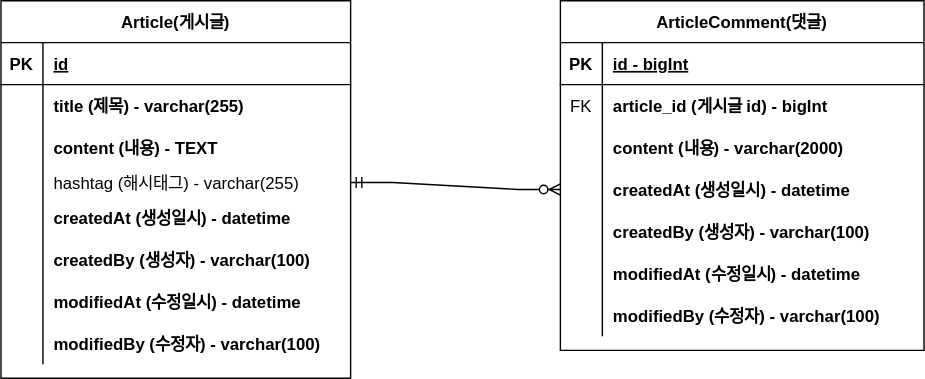
Earlier version of the draw.io export document/project-board-erd.svg (haaeee/board-toy-project). Source tidied: cells renumbered, new cells last; positions are measured from the earlier drawing's top-left corner, leaving out a move shared by most shapes.
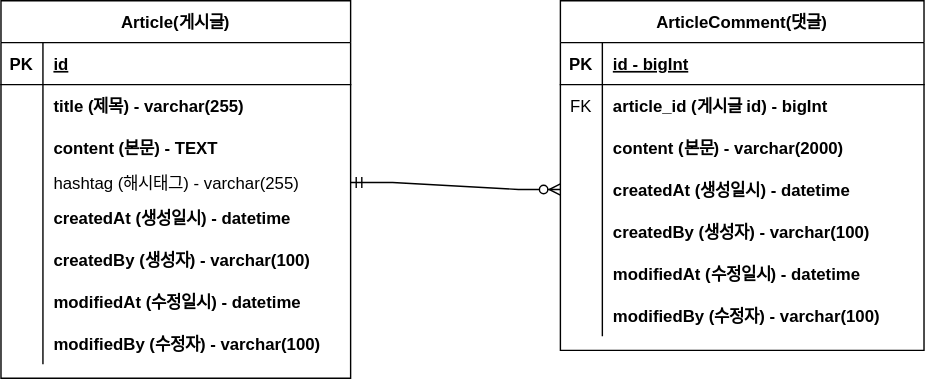
The same file after the commit.

Commit message:
#8 - ERD 주석 업데이트 : project-board-erd.svg

What changed in the source:
```diff
@@ -29,7 +29,7 @@
     <mxCell id="10" style="shape=partialRectangle;overflow=hidden;fillColor=none;top=0;left=0;bottom=0;right=0;" parent="9" vertex="1">
       <mxGeometry width="30" height="30" as="geometry" />
     </mxCell>
-    <mxCell id="11" value="content (내용) - TEXT" style="shape=partialRectangle;overflow=hidden;fillColor=none;top=0;left=0;bottom=0;right=0;align=left;spacingLeft=6;fontStyle=1;" parent="9" vertex="1">
+    <mxCell id="11" value="content (본문) - TEXT" style="shape=partialRectangle;overflow=hidden;fillColor=none;top=0;left=0;bottom=0;right=0;align=left;spacingLeft=6;fontStyle=1;" parent="9" vertex="1">
       <mxGeometry x="30" width="220" height="30" as="geometry" />
     </mxCell>
     <mxCell id="12" style="shape=partialRectangle;fillColor=none;points=[[0,0.5],[1,0.5]];portConstraint=eastwest;top=0;left=0;right=0;bottom=0;" parent="2" vertex="1">
@@ -104,7 +104,7 @@
     <mxCell id="35" style="shape=partialRectangle;overflow=hidden;fillColor=none;top=0;left=0;bottom=0;right=0;" parent="34" vertex="1">
       <mxGeometry width="30" height="30" as="geometry" />
     </mxCell>
-    <mxCell id="36" value="content (내용) - varchar(2000)" style="shape=partialRectangle;overflow=hidden;fillColor=none;top=0;left=0;bottom=0;right=0;align=left;spacingLeft=6;fontStyle=1;" parent="34" vertex="1">
+    <mxCell id="36" value="content (본문) - varchar(2000)" style="shape=partialRectangle;overflow=hidden;fillColor=none;top=0;left=0;bottom=0;right=0;align=left;spacingLeft=6;fontStyle=1;" parent="34" vertex="1">
       <mxGeometry x="30" width="230" height="30" as="geometry" />
     </mxCell>
     <mxCell id="37" style="shape=partialRectangle;fillColor=none;points=[[0,0.5],[1,0.5]];portConstraint=eastwest;top=0;left=0;right=0;bottom=0;" parent="27" vertex="1">
```
